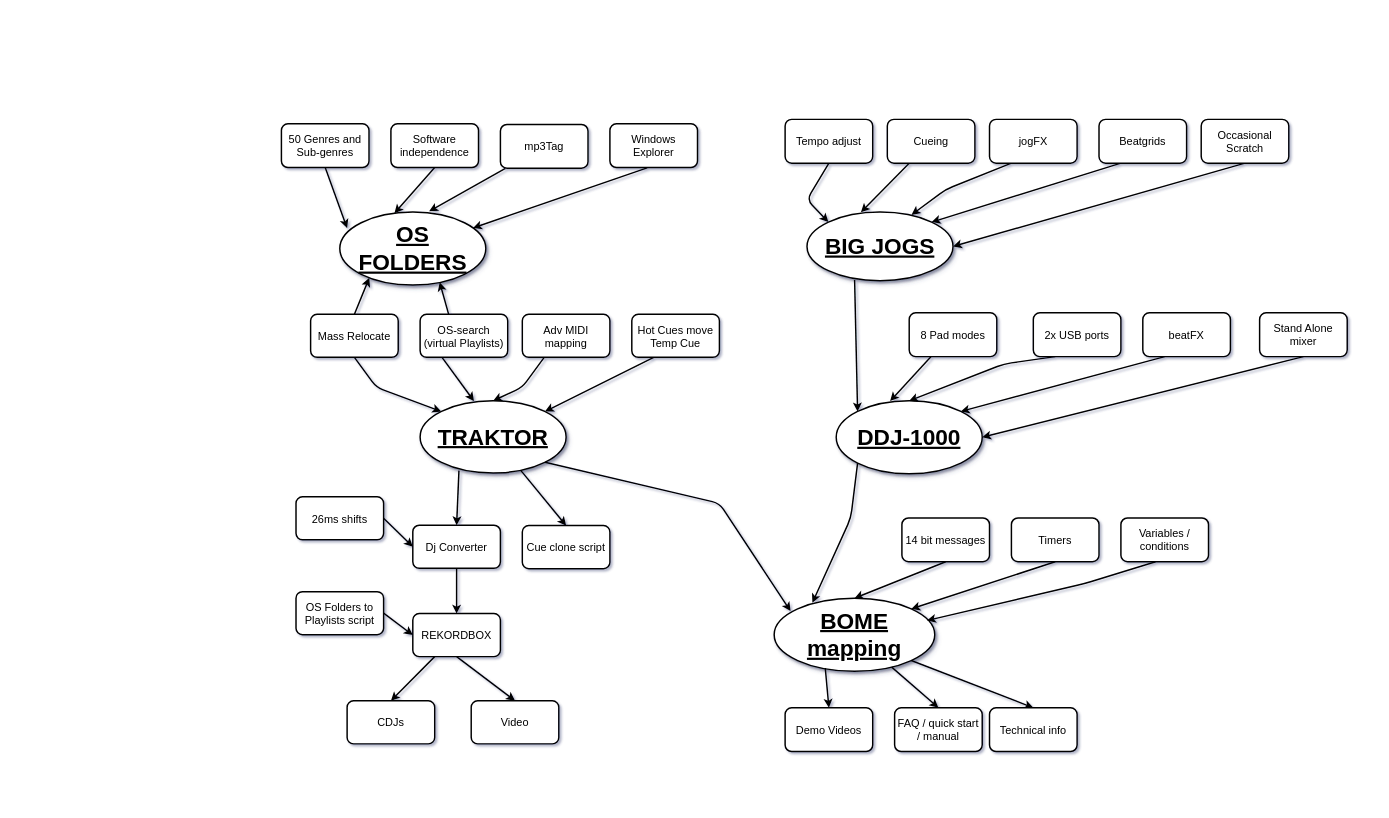
Before: traktor/various/traktor_mindmap.drawio in pestrela/music, a draw.io diagram. Source tidied: cells renumbered, new cells numbered last; positions are measured from the earlier drawing's top-left corner, leaving out a move shared by most shapes. Both pictures are drawn from the tidied source at 73%, with x=0, y=0 at pixel (281, 119).
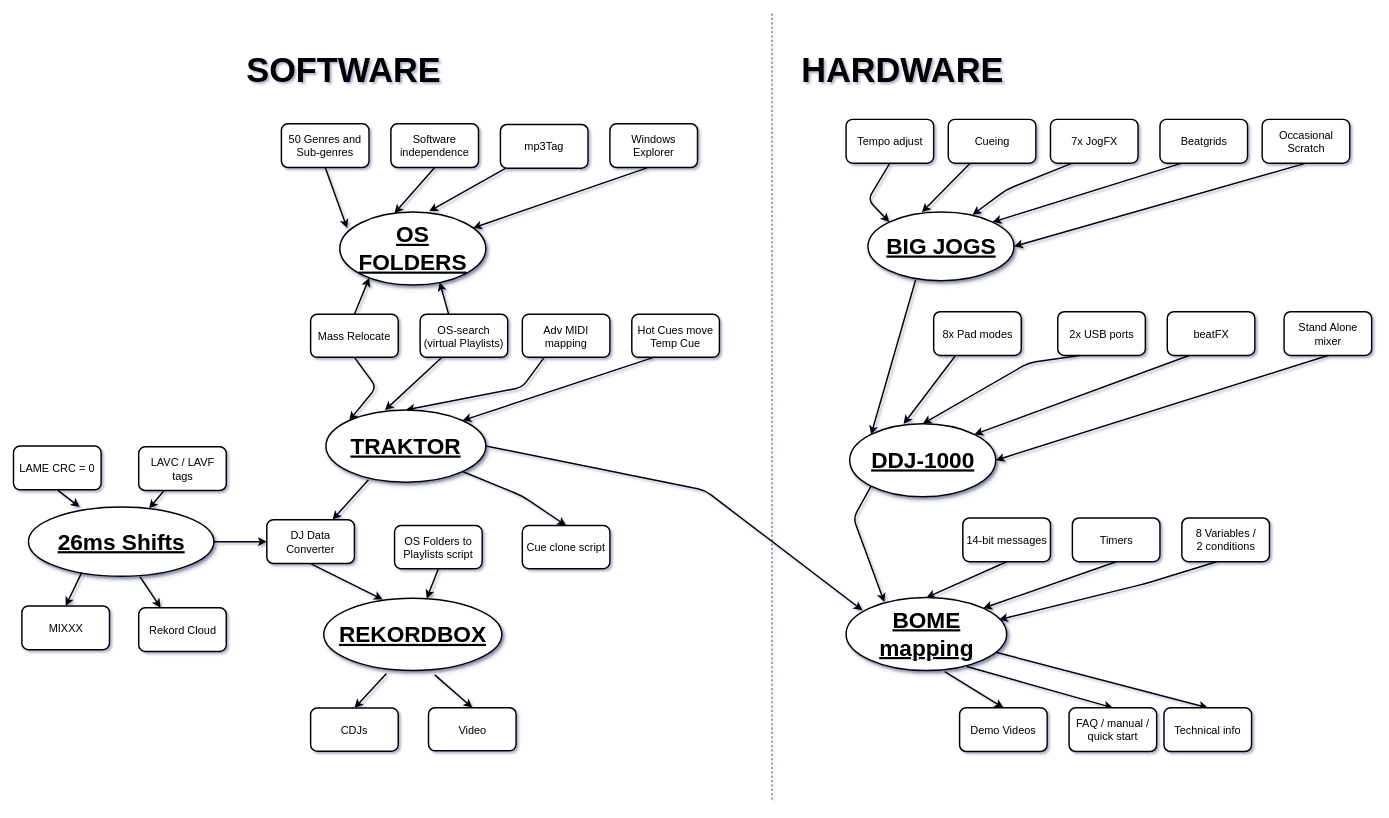
The same diagram, later.

Unchanged cells that the change refers to:
```xml
<mxCell id="14" value="Cue clone script" style="rounded=1;whiteSpace=wrap;html=1;fontSize=15;strokeWidth=2;" parent="1" vertex="1">
  <mxGeometry x="330" y="556.5" width="120" height="59" as="geometry" />
</mxCell>
<mxCell id="55" value="Tempo adjust" style="rounded=1;whiteSpace=wrap;html=1;fontSize=15;strokeWidth=2;" parent="54" vertex="1">
  <mxGeometry width="120" height="60" as="geometry" />
</mxCell>
<mxCell id="69" style="group;strokeWidth=2;" parent="68" vertex="1">
  <mxGeometry width="420" height="60" as="geometry" />
</mxCell>
<mxCell id="74" value="Demo Videos" style="rounded=1;whiteSpace=wrap;html=1;fontSize=15;strokeWidth=2;" parent="73" vertex="1">
  <mxGeometry width="120" height="60" as="geometry" />
</mxCell>
<mxCell id="76" value="Technical info" style="rounded=1;whiteSpace=wrap;html=1;fontSize=15;strokeWidth=2;" parent="73" vertex="1">
  <mxGeometry x="280" width="120" height="60" as="geometry" />
</mxCell>
```

What changed in the source:
```diff
@@
+    <mxCell id="79" style="endArrow=none;dashed=1;html=1;fontSize=37;" parent="1" edge="1">
+      <mxGeometry relative="1" as="geometry">
+        <mxPoint x="672" y="932" as="sourcePoint" />
+        <mxPoint x="672" y="-145.5" as="targetPoint" />
+      </mxGeometry>
+    </mxCell>
@@
     <mxCell id="11" value="&lt;span style=&quot;font-size: 31px; font-weight: 700; white-space: normal;&quot;&gt;TRAKTOR&lt;/span&gt;" style="ellipse;whiteSpace=wrap;html=1;rounded=0;shadow=1;glass=0;comic=1;fontSize=31;fontStyle=4;strokeWidth=2;" parent="1" vertex="1">
-      <mxGeometry x="190" y="385.5" width="200" height="99" as="geometry" />
+      <mxGeometry x="61" y="398" width="219" height="99" as="geometry" />
     </mxCell>
@@
-    <mxCell id="15" style="endArrow=classic;html=1;fontSize=15;entryX=0.5;entryY=0;entryDx=0;entryDy=0;strokeWidth=2;" parent="1" edge="1" source="11" target="14">
-      <mxGeometry relative="1" as="geometry" />
+    <mxCell id="15" style="endArrow=classic;html=1;fontSize=15;entryX=0.5;entryY=0;entryDx=0;entryDy=0;strokeWidth=2;exitX=1;exitY=1;exitDx=0;exitDy=0;" parent="1" edge="1" source="11" target="14">
+      <mxGeometry relative="1" as="geometry">
+        <Array as="points">
+          <mxPoint x="330" y="516" />
+        </Array>
+      </mxGeometry>
     </mxCell>
     <mxCell id="16" style="endArrow=classic;html=1;exitX=0.5;exitY=1;exitDx=0;exitDy=0;fontSize=15;entryX=0;entryY=0;entryDx=0;entryDy=0;strokeWidth=2;" parent="1" edge="1" source="55" target="20">
       <mxGeometry relative="1" as="geometry">
         <Array as="points">
-          <mxPoint x="720" y="110" />
+          <mxPoint x="803.5" y="110" />
         </Array>
       </mxGeometry>
     </mxCell>
@@
     <mxCell id="18" style="endArrow=classic;html=1;exitX=0.25;exitY=1;exitDx=0;exitDy=0;fontSize=15;entryX=0.716;entryY=0.041;entryDx=0;entryDy=0;entryPerimeter=0;strokeWidth=2;" parent="1" edge="1" source="57" target="20">
       <mxGeometry relative="1" as="geometry">
         <Array as="points">
-          <mxPoint x="910" y="96" />
+          <mxPoint x="993.5" y="96" />
         </Array>
       </mxGeometry>
     </mxCell>
@@
     <mxCell id="20" value="&lt;span style=&quot;font-size: 31px ; font-weight: 700 ; white-space: normal&quot;&gt;BIG JOGS&lt;/span&gt;" style="ellipse;whiteSpace=wrap;html=1;rounded=0;shadow=1;glass=0;comic=1;fontSize=31;fontStyle=4;strokeWidth=2;" parent="1" vertex="1">
-      <mxGeometry x="720" y="127" width="200" height="94" as="geometry" />
+      <mxGeometry x="803.5" y="127" width="200" height="94" as="geometry" />
     </mxCell>
@@
     <mxCell id="23" value="&lt;span style=&quot;font-size: 31px; font-weight: 700; white-space: normal;&quot;&gt;DDJ-1000&lt;/span&gt;" style="ellipse;whiteSpace=wrap;html=1;rounded=0;shadow=1;glass=0;comic=1;fontSize=31;fontStyle=4;strokeWidth=2;" parent="1" vertex="1">
-      <mxGeometry x="760" y="385.5" width="200" height="100" as="geometry" />
+      <mxGeometry x="778.5" y="417" width="200" height="100" as="geometry" />
     </mxCell>
@@
     <mxCell id="25" value="&lt;span style=&quot;font-size: 31px; font-weight: 700; white-space: normal;&quot;&gt;BOME mapping&lt;/span&gt;" style="ellipse;whiteSpace=wrap;html=1;rounded=0;shadow=1;glass=0;comic=1;fontSize=31;fontStyle=4;strokeWidth=2;" parent="1" vertex="1">
-      <mxGeometry x="675" y="656" width="220" height="100" as="geometry" />
+      <mxGeometry x="773.5" y="655" width="220" height="100" as="geometry" />
     </mxCell>
-    <mxCell id="26" style="endArrow=classic;html=1;exitX=1;exitY=1;exitDx=0;exitDy=0;fontSize=15;entryX=0.102;entryY=0.176;entryDx=0;entryDy=0;entryPerimeter=0;strokeWidth=2;" parent="1" edge="1" source="11" target="25">
+    <mxCell id="26" style="endArrow=classic;html=1;exitX=1;exitY=0.5;exitDx=0;exitDy=0;fontSize=15;entryX=0.102;entryY=0.176;entryDx=0;entryDy=0;entryPerimeter=0;strokeWidth=2;" parent="1" edge="1" source="11" target="25">
       <mxGeometry relative="1" as="geometry">
         <Array as="points">
-          <mxPoint x="600" y="526" />
+          <mxPoint x="580" y="508" />
         </Array>
       </mxGeometry>
     </mxCell>
     <mxCell id="27" style="endArrow=classic;html=1;exitX=0;exitY=1;exitDx=0;exitDy=0;fontSize=15;entryX=0.238;entryY=0.062;entryDx=0;entryDy=0;entryPerimeter=0;strokeWidth=2;" parent="1" edge="1" source="23" target="25">
       <mxGeometry relative="1" as="geometry">
         <Array as="points">
-          <mxPoint x="780" y="546" />
+          <mxPoint x="783.5" y="546" />
         </Array>
       </mxGeometry>
     </mxCell>
     <mxCell id="28" style="endArrow=classic;html=1;fontSize=15;entryX=0.952;entryY=0.305;entryDx=0;entryDy=0;entryPerimeter=0;exitX=0.396;exitY=1.001;exitDx=0;exitDy=0;exitPerimeter=0;strokeWidth=2;" parent="1" edge="1" source="72" target="25">
       <mxGeometry relative="1" as="geometry">
         <Array as="points">
-          <mxPoint x="1100" y="636" />
+          <mxPoint x="1183.5" y="636" />
         </Array>
       </mxGeometry>
     </mxCell>
@@
-    <mxCell id="31" style="endArrow=classic;html=1;fontSize=15;entryX=0.5;entryY=0;entryDx=0;entryDy=0;strokeWidth=2;" parent="1" edge="1" target="74">
-      <mxGeometry relative="1" as="geometry">
-        <mxPoint x="745" y="751.5" as="sourcePoint" />
-      </mxGeometry>
+    <mxCell id="31" style="endArrow=classic;html=1;fontSize=15;entryX=0.5;entryY=0;entryDx=0;entryDy=0;strokeWidth=2;exitX=0.614;exitY=1.017;exitDx=0;exitDy=0;exitPerimeter=0;" parent="1" edge="1" source="25" target="74">
+      <mxGeometry relative="1" as="geometry" />
     </mxCell>
-    <mxCell id="32" style="endArrow=classic;html=1;fontSize=15;entryX=0.5;entryY=0;entryDx=0;entryDy=0;strokeWidth=2;" parent="1" edge="1" source="25" target="75">
+    <mxCell id="32" style="endArrow=classic;html=1;fontSize=15;entryX=0.5;entryY=0;entryDx=0;entryDy=0;strokeWidth=2;exitX=0.751;exitY=0.946;exitDx=0;exitDy=0;exitPerimeter=0;" parent="1" edge="1" source="25" target="75">
       <mxGeometry relative="1" as="geometry" />
     </mxCell>
-    <mxCell id="33" style="endArrow=classic;html=1;exitX=1;exitY=1;exitDx=0;exitDy=0;fontSize=15;entryX=0.5;entryY=0;entryDx=0;entryDy=0;strokeWidth=2;" parent="1" edge="1" source="25" target="76">
+    <mxCell id="33" style="endArrow=classic;html=1;fontSize=15;entryX=0.5;entryY=0;entryDx=0;entryDy=0;strokeWidth=2;" parent="1" edge="1" source="25" target="76">
       <mxGeometry relative="1" as="geometry" />
     </mxCell>
-    <mxCell id="34" value="Dj Converter" style="rounded=1;whiteSpace=wrap;html=1;fontSize=15;strokeWidth=2;" parent="1" vertex="1">
-      <mxGeometry x="180" y="556" width="120" height="59" as="geometry" />
-    </mxCell>
-    <mxCell id="35" value="26ms shifts" style="rounded=1;whiteSpace=wrap;html=1;fontSize=15;strokeWidth=2;" parent="1" vertex="1">
-      <mxGeometry x="20" y="517" width="120" height="59" as="geometry" />
-    </mxCell>
-    <mxCell id="36" style="endArrow=classic;html=1;exitX=1;exitY=0.5;exitDx=0;exitDy=0;fontSize=15;entryX=0;entryY=0.5;entryDx=0;entryDy=0;strokeWidth=2;" parent="1" edge="1" source="35" target="34">
-      <mxGeometry relative="1" as="geometry" />
-    </mxCell>
-    <mxCell id="37" style="endArrow=classic;html=1;exitX=0.266;exitY=0.967;exitDx=0;exitDy=0;fontSize=15;entryX=0.5;entryY=0;entryDx=0;entryDy=0;exitPerimeter=0;strokeWidth=2;" parent="1" edge="1" source="11" target="34">
+    <mxCell id="37" style="endArrow=classic;html=1;exitX=0.266;exitY=0.967;exitDx=0;exitDy=0;fontSize=15;entryX=0.75;entryY=0;entryDx=0;entryDy=0;exitPerimeter=0;strokeWidth=2;" parent="1" edge="1" source="11" target="87">
       <mxGeometry relative="1" as="geometry" />
     </mxCell>
-    <mxCell id="38" style="endArrow=classic;html=1;exitX=0.5;exitY=1;exitDx=0;exitDy=0;fontSize=15;entryX=0.5;entryY=0;entryDx=0;entryDy=0;strokeWidth=2;" parent="1" edge="1" source="34" target="40">
+    <mxCell id="38" style="endArrow=classic;html=1;exitX=0.5;exitY=1;exitDx=0;exitDy=0;fontSize=15;entryX=0.331;entryY=0.017;entryDx=0;entryDy=0;strokeWidth=2;entryPerimeter=0;" parent="1" edge="1" source="87" target="40">
       <mxGeometry relative="1" as="geometry" />
     </mxCell>
     <mxCell id="39" value="OS Folders to Playlists script" style="rounded=1;whiteSpace=wrap;html=1;fontSize=15;strokeWidth=2;" parent="1" vertex="1">
-      <mxGeometry x="20" y="647" width="120" height="59" as="geometry" />
+      <mxGeometry x="155" y="556.5" width="120" height="59" as="geometry" />
     </mxCell>
-    <mxCell id="40" value="REKORDBOX" style="rounded=1;whiteSpace=wrap;html=1;fontSize=15;strokeWidth=2;" parent="1" vertex="1">
-      <mxGeometry x="180" y="677" width="120" height="59" as="geometry" />
-    </mxCell>
-    <mxCell id="41" style="endArrow=classic;html=1;exitX=1;exitY=0.5;exitDx=0;exitDy=0;fontSize=15;entryX=0;entryY=0.5;entryDx=0;entryDy=0;strokeWidth=2;" parent="1" edge="1" source="39" target="40">
+    <mxCell id="41" style="endArrow=classic;html=1;exitX=0.5;exitY=1;exitDx=0;exitDy=0;fontSize=15;strokeWidth=2;" parent="1" edge="1" source="39" target="40">
       <mxGeometry relative="1" as="geometry" />
     </mxCell>
     <mxCell id="42" value="CDJs" style="rounded=1;whiteSpace=wrap;html=1;fontSize=15;strokeWidth=2;" parent="1" vertex="1">
-      <mxGeometry x="90" y="796.5" width="120" height="59" as="geometry" />
+      <mxGeometry x="40" y="806.5" width="120" height="59" as="geometry" />
     </mxCell>
-    <mxCell id="43" style="endArrow=classic;html=1;exitX=0.25;exitY=1;exitDx=0;exitDy=0;fontSize=15;entryX=0.5;entryY=0;entryDx=0;entryDy=0;strokeWidth=2;" parent="1" edge="1" source="40" target="42">
+    <mxCell id="43" style="endArrow=classic;html=1;exitX=0.352;exitY=1.042;exitDx=0;exitDy=0;fontSize=15;entryX=0.5;entryY=0;entryDx=0;entryDy=0;strokeWidth=2;exitPerimeter=0;" parent="1" edge="1" source="40" target="42">
       <mxGeometry relative="1" as="geometry" />
     </mxCell>
@@
     <mxCell id="54" style="group;strokeWidth=2;" parent="1" vertex="1">
-      <mxGeometry x="690" width="690" height="60" as="geometry" />
+      <mxGeometry x="773.5" width="690" height="60" as="geometry" />
     </mxCell>
@@
-    <mxCell id="57" value="jogFX" style="rounded=1;whiteSpace=wrap;html=1;fontSize=15;strokeWidth=2;" parent="54" vertex="1">
+    <mxCell id="57" value="7x JogFX" style="rounded=1;whiteSpace=wrap;html=1;fontSize=15;strokeWidth=2;" parent="54" vertex="1">
       <mxGeometry x="280" width="120" height="60" as="geometry" />
     </mxCell>
@@
     <mxCell id="60" style="group;strokeWidth=2;" parent="1" vertex="1">
-      <mxGeometry x="860" y="265" width="600" height="70" as="geometry" />
+      <mxGeometry x="893.5" y="263.5" width="600" height="70" as="geometry" />
     </mxCell>
-    <mxCell id="61" value="8 Pad modes" style="rounded=1;whiteSpace=wrap;html=1;fontSize=15;strokeWidth=2;" parent="60" vertex="1">
+    <mxCell id="61" value="8x Pad modes" style="rounded=1;whiteSpace=wrap;html=1;fontSize=15;strokeWidth=2;" parent="60" vertex="1">
       <mxGeometry width="120" height="60" as="geometry" />
     </mxCell>
@@
     <mxCell id="68" style="group;strokeWidth=2;" parent="1" vertex="1">
-      <mxGeometry x="850" y="546" width="420" height="60" as="geometry" />
+      <mxGeometry x="933.5" y="546" width="420" height="60" as="geometry" />
     </mxCell>
@@
-    <mxCell id="71" value="14 bit messages" style="rounded=1;whiteSpace=wrap;html=1;fontSize=15;strokeWidth=2;" parent="69" vertex="1">
+    <mxCell id="71" value="14-bit messages" style="rounded=1;whiteSpace=wrap;html=1;fontSize=15;strokeWidth=2;" parent="69" vertex="1">
       <mxGeometry width="120" height="60" as="geometry" />
     </mxCell>
-    <mxCell id="72" value="Variables / conditions" style="rounded=1;whiteSpace=wrap;html=1;fontSize=15;strokeWidth=2;" parent="69" vertex="1">
+    <mxCell id="72" value="8 Variables / &lt;br&gt;2 conditions" style="rounded=1;whiteSpace=wrap;html=1;fontSize=15;strokeWidth=2;" parent="69" vertex="1">
       <mxGeometry x="300" width="120" height="60" as="geometry" />
     </mxCell>
     <mxCell id="73" style="group;strokeWidth=2;" parent="1" vertex="1">
-      <mxGeometry x="690" y="806" width="400" height="60" as="geometry" />
+      <mxGeometry x="929" y="806" width="400" height="60" as="geometry" />
     </mxCell>
@@
-    <mxCell id="75" value="FAQ / quick start / manual" style="rounded=1;whiteSpace=wrap;html=1;fontSize=15;strokeWidth=2;" parent="73" vertex="1">
+    <mxCell id="75" value="FAQ / manual / quick start" style="rounded=1;whiteSpace=wrap;html=1;fontSize=15;strokeWidth=2;" parent="73" vertex="1">
       <mxGeometry x="150" width="120" height="60" as="geometry" />
     </mxCell>
@@
     <mxCell id="77" value="Video" style="rounded=1;whiteSpace=wrap;html=1;fontSize=15;strokeWidth=2;" parent="1" vertex="1">
-      <mxGeometry x="260" y="796.5" width="120" height="59" as="geometry" />
+      <mxGeometry x="201.5" y="806" width="120" height="59" as="geometry" />
     </mxCell>
-    <mxCell id="78" style="endArrow=classic;html=1;exitX=0.5;exitY=1;exitDx=0;exitDy=0;fontSize=15;entryX=0.5;entryY=0;entryDx=0;entryDy=0;strokeWidth=2;" parent="1" edge="1" source="40" target="77">
-      <mxGeometry relative="1" as="geometry" />
+    <mxCell id="78" style="endArrow=classic;html=1;fontSize=15;entryX=0.5;entryY=0;entryDx=0;entryDy=0;strokeWidth=2;" parent="1" edge="1" target="77">
+      <mxGeometry relative="1" as="geometry">
+        <mxPoint x="210" y="761" as="sourcePoint" />
+      </mxGeometry>
     </mxCell>
+    <mxCell id="80" value="&lt;span style=&quot;font-size: 31px ; font-weight: 700 ; white-space: normal&quot;&gt;26ms Shifts&lt;/span&gt;" style="ellipse;whiteSpace=wrap;html=1;rounded=0;shadow=1;glass=0;comic=1;fontSize=31;fontStyle=4;strokeWidth=2;" parent="1" vertex="1">
+      <mxGeometry x="-346.5" y="531" width="254" height="95" as="geometry" />
+    </mxCell>
+    <mxCell id="81" style="endArrow=classic;html=1;fontSize=15;strokeWidth=2;exitX=1;exitY=0.5;exitDx=0;exitDy=0;entryX=0;entryY=0.5;entryDx=0;entryDy=0;" parent="1" edge="1" source="80" target="87">
+      <mxGeometry relative="1" as="geometry" />
+    </mxCell>
+    <mxCell id="82" style="endArrow=classic;html=1;exitX=0.602;exitY=1.008;exitDx=0;exitDy=0;fontSize=15;entryX=0.25;entryY=0;entryDx=0;entryDy=0;exitPerimeter=0;strokeWidth=2;" parent="1" edge="1" source="80" target="88">
+      <mxGeometry relative="1" as="geometry" />
+    </mxCell>
+    <mxCell id="83" value="LAME CRC = 0" style="rounded=1;whiteSpace=wrap;html=1;fontSize=15;shadow=0;glass=0;strokeWidth=2;" parent="1" vertex="1">
+      <mxGeometry x="-367" y="447.5" width="120" height="60" as="geometry" />
+    </mxCell>
+    <mxCell id="84" style="endArrow=classic;html=1;exitX=0.5;exitY=1;exitDx=0;exitDy=0;fontSize=15;entryX=0.276;entryY=0;entryDx=0;entryDy=0;entryPerimeter=0;strokeWidth=2;" parent="1" edge="1" source="83" target="80">
+      <mxGeometry relative="1" as="geometry" />
+    </mxCell>
+    <mxCell id="85" value="LAVC / LAVF tags" style="rounded=1;whiteSpace=wrap;html=1;fontSize=15;strokeWidth=2;" parent="1" vertex="1">
+      <mxGeometry x="-195.5" y="448.5" width="120" height="60" as="geometry" />
+    </mxCell>
+    <mxCell id="86" style="endArrow=classic;html=1;fontSize=15;strokeWidth=2;" parent="1" edge="1" source="85" target="80">
+      <mxGeometry relative="1" as="geometry" />
+    </mxCell>
+    <mxCell id="87" value="DJ Data Converter" style="rounded=1;whiteSpace=wrap;html=1;fontSize=15;shadow=0;glass=0;strokeWidth=2;" parent="1" vertex="1">
+      <mxGeometry x="-20" y="548.5" width="120" height="60" as="geometry" />
+    </mxCell>
+    <mxCell id="88" value="Rekord Cloud" style="rounded=1;whiteSpace=wrap;html=1;fontSize=15;shadow=0;glass=0;strokeWidth=2;" parent="1" vertex="1">
+      <mxGeometry x="-195.5" y="669" width="120" height="60" as="geometry" />
+    </mxCell>
+    <mxCell id="89" style="endArrow=classic;html=1;exitX=0.287;exitY=0.947;exitDx=0;exitDy=0;fontSize=15;entryX=0.5;entryY=0;entryDx=0;entryDy=0;exitPerimeter=0;strokeWidth=2;" parent="1" edge="1" source="80" target="90">
+      <mxGeometry relative="1" as="geometry" />
+    </mxCell>
+    <mxCell id="90" value="MIXXX" style="rounded=1;whiteSpace=wrap;html=1;fontSize=15;shadow=0;glass=0;strokeWidth=2;" parent="1" vertex="1">
+      <mxGeometry x="-355.5" y="666.5" width="120" height="60" as="geometry" />
+    </mxCell>
+    <mxCell id="40" value="&lt;span style=&quot;font-size: 31px ; font-weight: 700 ; white-space: normal&quot;&gt;REKORDBOX&lt;/span&gt;" style="ellipse;whiteSpace=wrap;html=1;rounded=0;shadow=1;glass=0;comic=1;fontSize=31;fontStyle=4;strokeWidth=2;" parent="1" vertex="1">
+      <mxGeometry x="58" y="656" width="244" height="99" as="geometry" />
+    </mxCell>
+    <mxCell id="91" value="&lt;font style=&quot;font-size: 47px;&quot;&gt;SOFTWARE&lt;/font&gt;" style="text;html=1;strokeColor=none;fillColor=none;align=center;verticalAlign=middle;whiteSpace=wrap;rounded=0;fontSize=47;fontStyle=1;" parent="1" vertex="1">
+      <mxGeometry x="-75.5" y="-118" width="321" height="103" as="geometry" />
+    </mxCell>
+    <mxCell id="92" value="&lt;font style=&quot;font-size: 47px;&quot;&gt;HARDWARE&lt;/font&gt;" style="text;html=1;strokeColor=none;fillColor=none;align=center;verticalAlign=middle;whiteSpace=wrap;rounded=0;fontSize=47;fontStyle=1;" parent="1" vertex="1">
+      <mxGeometry x="697.5" y="-118" width="306" height="103" as="geometry" />
+    </mxCell>
```
